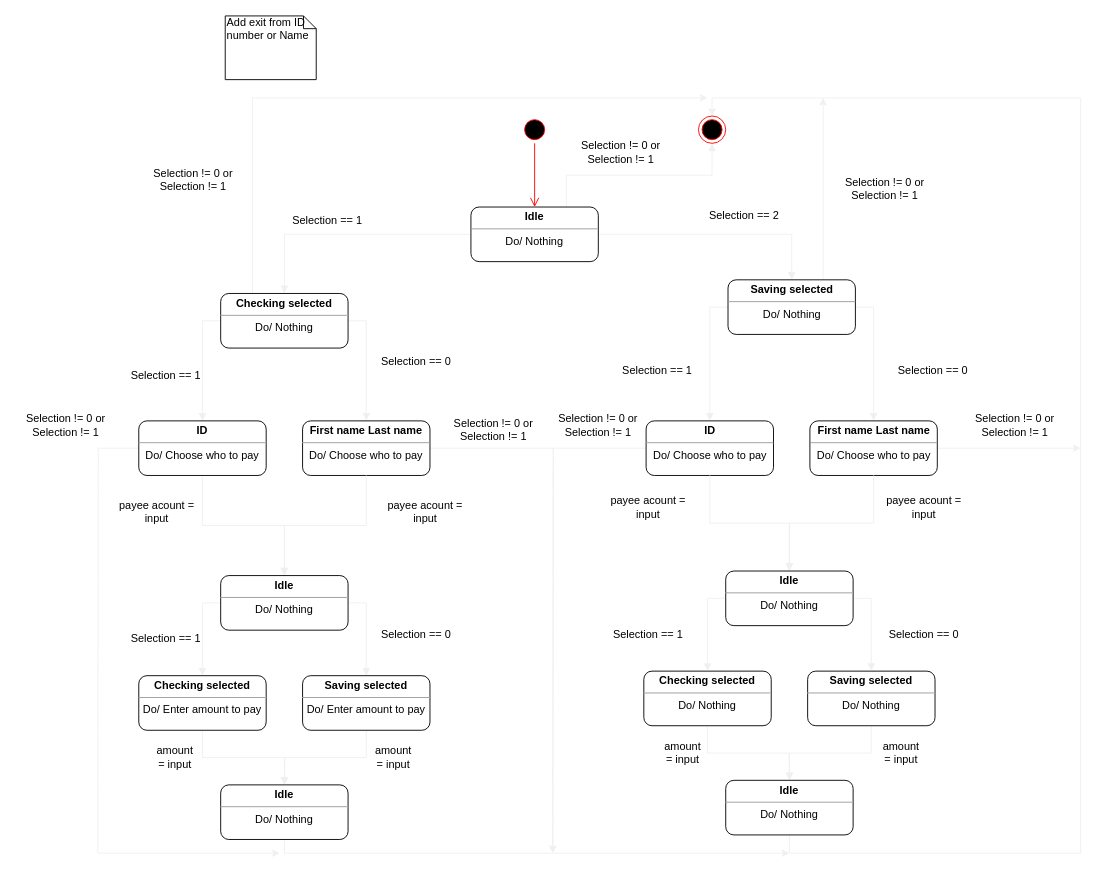
This is page "UML State Diagram" (2 of 2) of Untitled Diagram.drawio from Ocor17/Simple-Banking-Application, a draw.io file, before an edit. Source tidied: cells renumbered, new cells numbered last; positions are measured from the earlier drawing's top-left corner, leaving out a move shared by most shapes. Both pictures are drawn from the tidied source at 91%, with x=0, y=0 at pixel (15, 15).
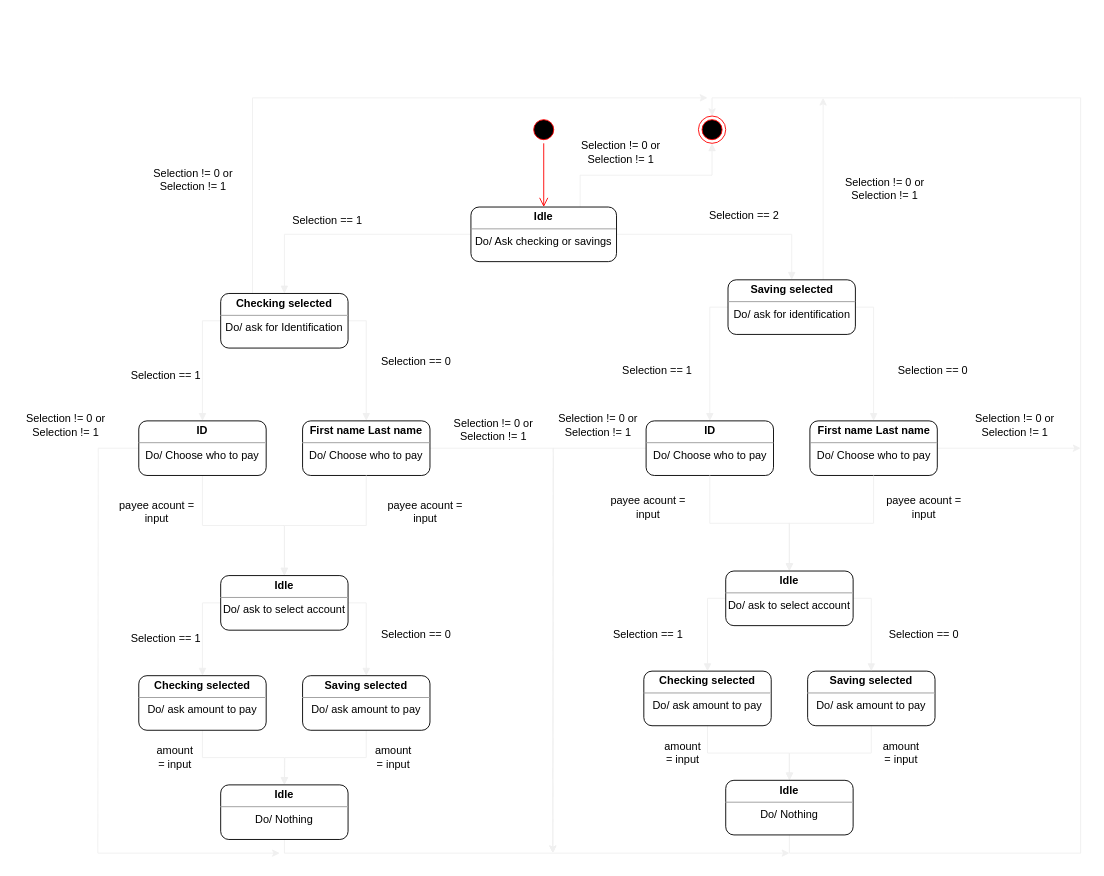
After the change.

What changed in the source:
```diff
@@
     <mxCell id="2" style="ellipse;html=1;shape=startState;fillColor=#000000;strokeColor=#ff0000;" parent="1" vertex="1">
-      <mxGeometry x="555" y="110" width="30" height="30" as="geometry" />
+      <mxGeometry x="565" y="110" width="30" height="30" as="geometry" />
     </mxCell>
@@
-    <mxCell id="8" value="&lt;p style=&quot;margin: 0px ; margin-top: 4px ; text-align: center&quot;&gt;&lt;b&gt;Idle&lt;/b&gt;&lt;/p&gt;&lt;hr size=&quot;1&quot;&gt;&lt;div style=&quot;text-align: center ; height: 2px&quot;&gt;Do/ Nothing&lt;/div&gt;" style="verticalAlign=top;align=left;overflow=fill;fontSize=12;fontFamily=Helvetica;html=1;fillColor=none;rounded=1;" parent="1" vertex="1">
-      <mxGeometry x="500" y="210" width="140" height="60" as="geometry" />
+    <mxCell id="8" value="&lt;p style=&quot;margin: 0px ; margin-top: 4px ; text-align: center&quot;&gt;&lt;b&gt;Idle&lt;/b&gt;&lt;/p&gt;&lt;hr size=&quot;1&quot;&gt;&lt;div style=&quot;text-align: center ; height: 2px&quot;&gt;Do/ Ask checking or savings&lt;/div&gt;" style="verticalAlign=top;align=left;overflow=fill;fontSize=12;fontFamily=Helvetica;html=1;fillColor=none;rounded=1;" parent="1" vertex="1">
+      <mxGeometry x="500" y="210" width="160" height="60" as="geometry" />
     </mxCell>
@@
-    <mxCell id="12" value="&lt;p style=&quot;margin: 0px ; margin-top: 4px ; text-align: center&quot;&gt;&lt;b&gt;Checking selected&lt;/b&gt;&lt;/p&gt;&lt;hr size=&quot;1&quot;&gt;&lt;div style=&quot;text-align: center ; height: 2px&quot;&gt;Do/ Nothing&lt;/div&gt;" style="verticalAlign=top;align=left;overflow=fill;fontSize=12;fontFamily=Helvetica;html=1;fillColor=none;rounded=1;" parent="1" vertex="1">
+    <mxCell id="12" value="&lt;p style=&quot;margin: 0px ; margin-top: 4px ; text-align: center&quot;&gt;&lt;b&gt;Checking selected&lt;/b&gt;&lt;/p&gt;&lt;hr size=&quot;1&quot;&gt;&lt;div style=&quot;text-align: center ; height: 2px&quot;&gt;Do/ ask for Identification&lt;/div&gt;" style="verticalAlign=top;align=left;overflow=fill;fontSize=12;fontFamily=Helvetica;html=1;fillColor=none;rounded=1;" parent="1" vertex="1">
       <mxGeometry x="225" y="305" width="140" height="60" as="geometry" />
     </mxCell>
@@
-    <mxCell id="16" value="&lt;p style=&quot;margin: 0px ; margin-top: 4px ; text-align: center&quot;&gt;&lt;b&gt;Saving selected&lt;/b&gt;&lt;/p&gt;&lt;hr size=&quot;1&quot;&gt;&lt;div style=&quot;text-align: center ; height: 2px&quot;&gt;Do/ Nothing&lt;/div&gt;" style="verticalAlign=top;align=left;overflow=fill;fontSize=12;fontFamily=Helvetica;html=1;fillColor=none;rounded=1;" parent="1" vertex="1">
+    <mxCell id="16" value="&lt;p style=&quot;margin: 0px ; margin-top: 4px ; text-align: center&quot;&gt;&lt;b&gt;Saving selected&lt;/b&gt;&lt;/p&gt;&lt;hr size=&quot;1&quot;&gt;&lt;div style=&quot;text-align: center ; height: 2px&quot;&gt;Do/ ask for identification&lt;/div&gt;" style="verticalAlign=top;align=left;overflow=fill;fontSize=12;fontFamily=Helvetica;html=1;fillColor=none;rounded=1;" parent="1" vertex="1">
       <mxGeometry x="782.5" y="290" width="140" height="60" as="geometry" />
     </mxCell>
@@
-    <mxCell id="36" value="&lt;p style=&quot;margin: 0px ; margin-top: 4px ; text-align: center&quot;&gt;&lt;b&gt;Checking selected&lt;/b&gt;&lt;/p&gt;&lt;hr size=&quot;1&quot;&gt;&lt;div style=&quot;text-align: center ; height: 2px&quot;&gt;Do/ Enter amount to pay&lt;/div&gt;" style="verticalAlign=top;align=left;overflow=fill;fontSize=12;fontFamily=Helvetica;html=1;fillColor=none;rounded=1;" parent="1" vertex="1">
+    <mxCell id="36" value="&lt;p style=&quot;margin: 0px ; margin-top: 4px ; text-align: center&quot;&gt;&lt;b&gt;Checking selected&lt;/b&gt;&lt;/p&gt;&lt;hr size=&quot;1&quot;&gt;&lt;div style=&quot;text-align: center ; height: 2px&quot;&gt;Do/ ask amount to pay&lt;/div&gt;" style="verticalAlign=top;align=left;overflow=fill;fontSize=12;fontFamily=Helvetica;html=1;fillColor=none;rounded=1;" parent="1" vertex="1">
       <mxGeometry x="135" y="725" width="140" height="60" as="geometry" />
     </mxCell>
@@
-    <mxCell id="38" value="&lt;p style=&quot;margin: 0px ; margin-top: 4px ; text-align: center&quot;&gt;&lt;b&gt;Saving selected&lt;/b&gt;&lt;/p&gt;&lt;hr size=&quot;1&quot;&gt;&lt;div style=&quot;text-align: center ; height: 2px&quot;&gt;Do/ Enter amount to pay&lt;/div&gt;" style="verticalAlign=top;align=left;overflow=fill;fontSize=12;fontFamily=Helvetica;html=1;fillColor=none;rounded=1;" parent="1" vertex="1">
+    <mxCell id="38" value="&lt;p style=&quot;margin: 0px ; margin-top: 4px ; text-align: center&quot;&gt;&lt;b&gt;Saving selected&lt;/b&gt;&lt;/p&gt;&lt;hr size=&quot;1&quot;&gt;&lt;div style=&quot;text-align: center ; height: 2px&quot;&gt;Do/ ask amount to pay&lt;/div&gt;" style="verticalAlign=top;align=left;overflow=fill;fontSize=12;fontFamily=Helvetica;html=1;fillColor=none;rounded=1;" parent="1" vertex="1">
       <mxGeometry x="315" y="725" width="140" height="60" as="geometry" />
     </mxCell>
@@
-    <mxCell id="40" value="&lt;p style=&quot;margin: 0px ; margin-top: 4px ; text-align: center&quot;&gt;&lt;b&gt;Checking selected&lt;/b&gt;&lt;/p&gt;&lt;hr size=&quot;1&quot;&gt;&lt;div style=&quot;text-align: center ; height: 2px&quot;&gt;Do/ Nothing&lt;/div&gt;" style="verticalAlign=top;align=left;overflow=fill;fontSize=12;fontFamily=Helvetica;html=1;fillColor=none;rounded=1;" parent="1" vertex="1">
+    <mxCell id="40" value="&lt;p style=&quot;margin: 0px ; margin-top: 4px ; text-align: center&quot;&gt;&lt;b&gt;Checking selected&lt;/b&gt;&lt;/p&gt;&lt;hr size=&quot;1&quot;&gt;&lt;div style=&quot;text-align: center ; height: 2px&quot;&gt;Do/ ask amount to pay&lt;/div&gt;" style="verticalAlign=top;align=left;overflow=fill;fontSize=12;fontFamily=Helvetica;html=1;fillColor=none;rounded=1;" parent="1" vertex="1">
       <mxGeometry x="690" y="720" width="140" height="60" as="geometry" />
     </mxCell>
@@
-    <mxCell id="42" value="&lt;p style=&quot;margin: 0px ; margin-top: 4px ; text-align: center&quot;&gt;&lt;b&gt;Saving selected&lt;/b&gt;&lt;/p&gt;&lt;hr size=&quot;1&quot;&gt;&lt;div style=&quot;text-align: center ; height: 2px&quot;&gt;Do/ Nothing&lt;/div&gt;" style="verticalAlign=top;align=left;overflow=fill;fontSize=12;fontFamily=Helvetica;html=1;fillColor=none;rounded=1;" parent="1" vertex="1">
+    <mxCell id="42" value="&lt;p style=&quot;margin: 0px ; margin-top: 4px ; text-align: center&quot;&gt;&lt;b&gt;Saving selected&lt;/b&gt;&lt;/p&gt;&lt;hr size=&quot;1&quot;&gt;&lt;div style=&quot;text-align: center ; height: 2px&quot;&gt;Do/ ask amount to pay&lt;/div&gt;" style="verticalAlign=top;align=left;overflow=fill;fontSize=12;fontFamily=Helvetica;html=1;fillColor=none;rounded=1;" parent="1" vertex="1">
       <mxGeometry x="870" y="720" width="140" height="60" as="geometry" />
     </mxCell>
@@
-    <mxCell id="45" value="&lt;p style=&quot;margin: 0px ; margin-top: 4px ; text-align: center&quot;&gt;&lt;b&gt;Idle&lt;/b&gt;&lt;/p&gt;&lt;hr size=&quot;1&quot;&gt;&lt;div style=&quot;text-align: center ; height: 2px&quot;&gt;Do/ Nothing&lt;/div&gt;" style="verticalAlign=top;align=left;overflow=fill;fontSize=12;fontFamily=Helvetica;html=1;fillColor=none;rounded=1;" parent="1" vertex="1">
+    <mxCell id="45" value="&lt;p style=&quot;margin: 0px ; margin-top: 4px ; text-align: center&quot;&gt;&lt;b&gt;Idle&lt;/b&gt;&lt;/p&gt;&lt;hr size=&quot;1&quot;&gt;&lt;div style=&quot;text-align: center ; height: 2px&quot;&gt;Do/ ask to select account&lt;/div&gt;" style="verticalAlign=top;align=left;overflow=fill;fontSize=12;fontFamily=Helvetica;html=1;fillColor=none;rounded=1;" parent="1" vertex="1">
       <mxGeometry x="225" y="615" width="140" height="60" as="geometry" />
     </mxCell>
@@
-    <mxCell id="48" value="&lt;p style=&quot;margin: 0px ; margin-top: 4px ; text-align: center&quot;&gt;&lt;b&gt;Idle&lt;/b&gt;&lt;/p&gt;&lt;hr size=&quot;1&quot;&gt;&lt;div style=&quot;text-align: center ; height: 2px&quot;&gt;Do/ Nothing&lt;/div&gt;" style="verticalAlign=top;align=left;overflow=fill;fontSize=12;fontFamily=Helvetica;html=1;fillColor=none;rounded=1;" parent="1" vertex="1">
+    <mxCell id="48" value="&lt;p style=&quot;margin: 0px ; margin-top: 4px ; text-align: center&quot;&gt;&lt;b&gt;Idle&lt;/b&gt;&lt;/p&gt;&lt;hr size=&quot;1&quot;&gt;&lt;div style=&quot;text-align: center ; height: 2px&quot;&gt;Do/ ask to select account&lt;/div&gt;" style="verticalAlign=top;align=left;overflow=fill;fontSize=12;fontFamily=Helvetica;html=1;fillColor=none;rounded=1;" parent="1" vertex="1">
       <mxGeometry x="780" y="610" width="140" height="60" as="geometry" />
     </mxCell>
@@
-    <mxCell id="67" value="Add exit from ID number or Name" style="shape=note;whiteSpace=wrap;html=1;size=14;verticalAlign=top;align=left;spacingTop=-6;rounded=1;fillColor=none;" parent="1" vertex="1">
-      <mxGeometry x="230" width="100" height="70" as="geometry" />
-    </mxCell>
```
